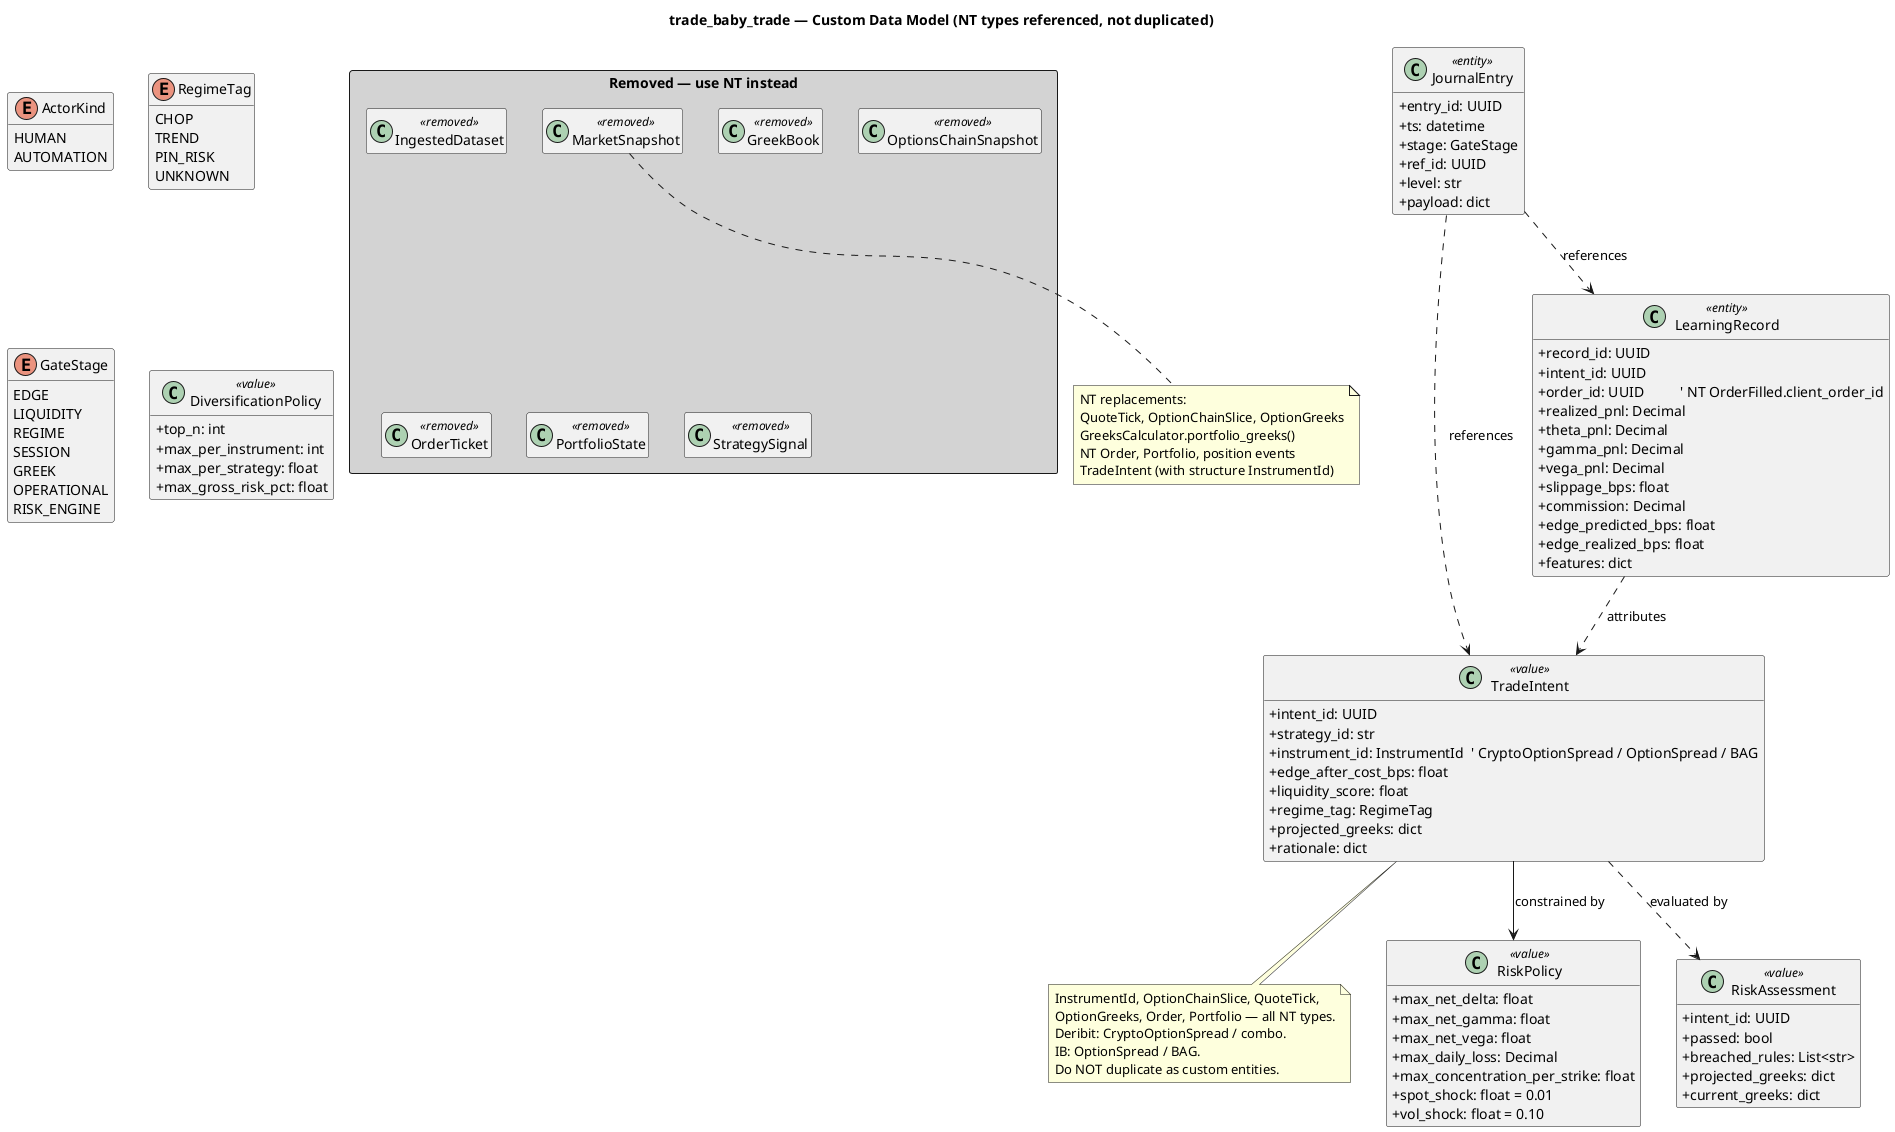
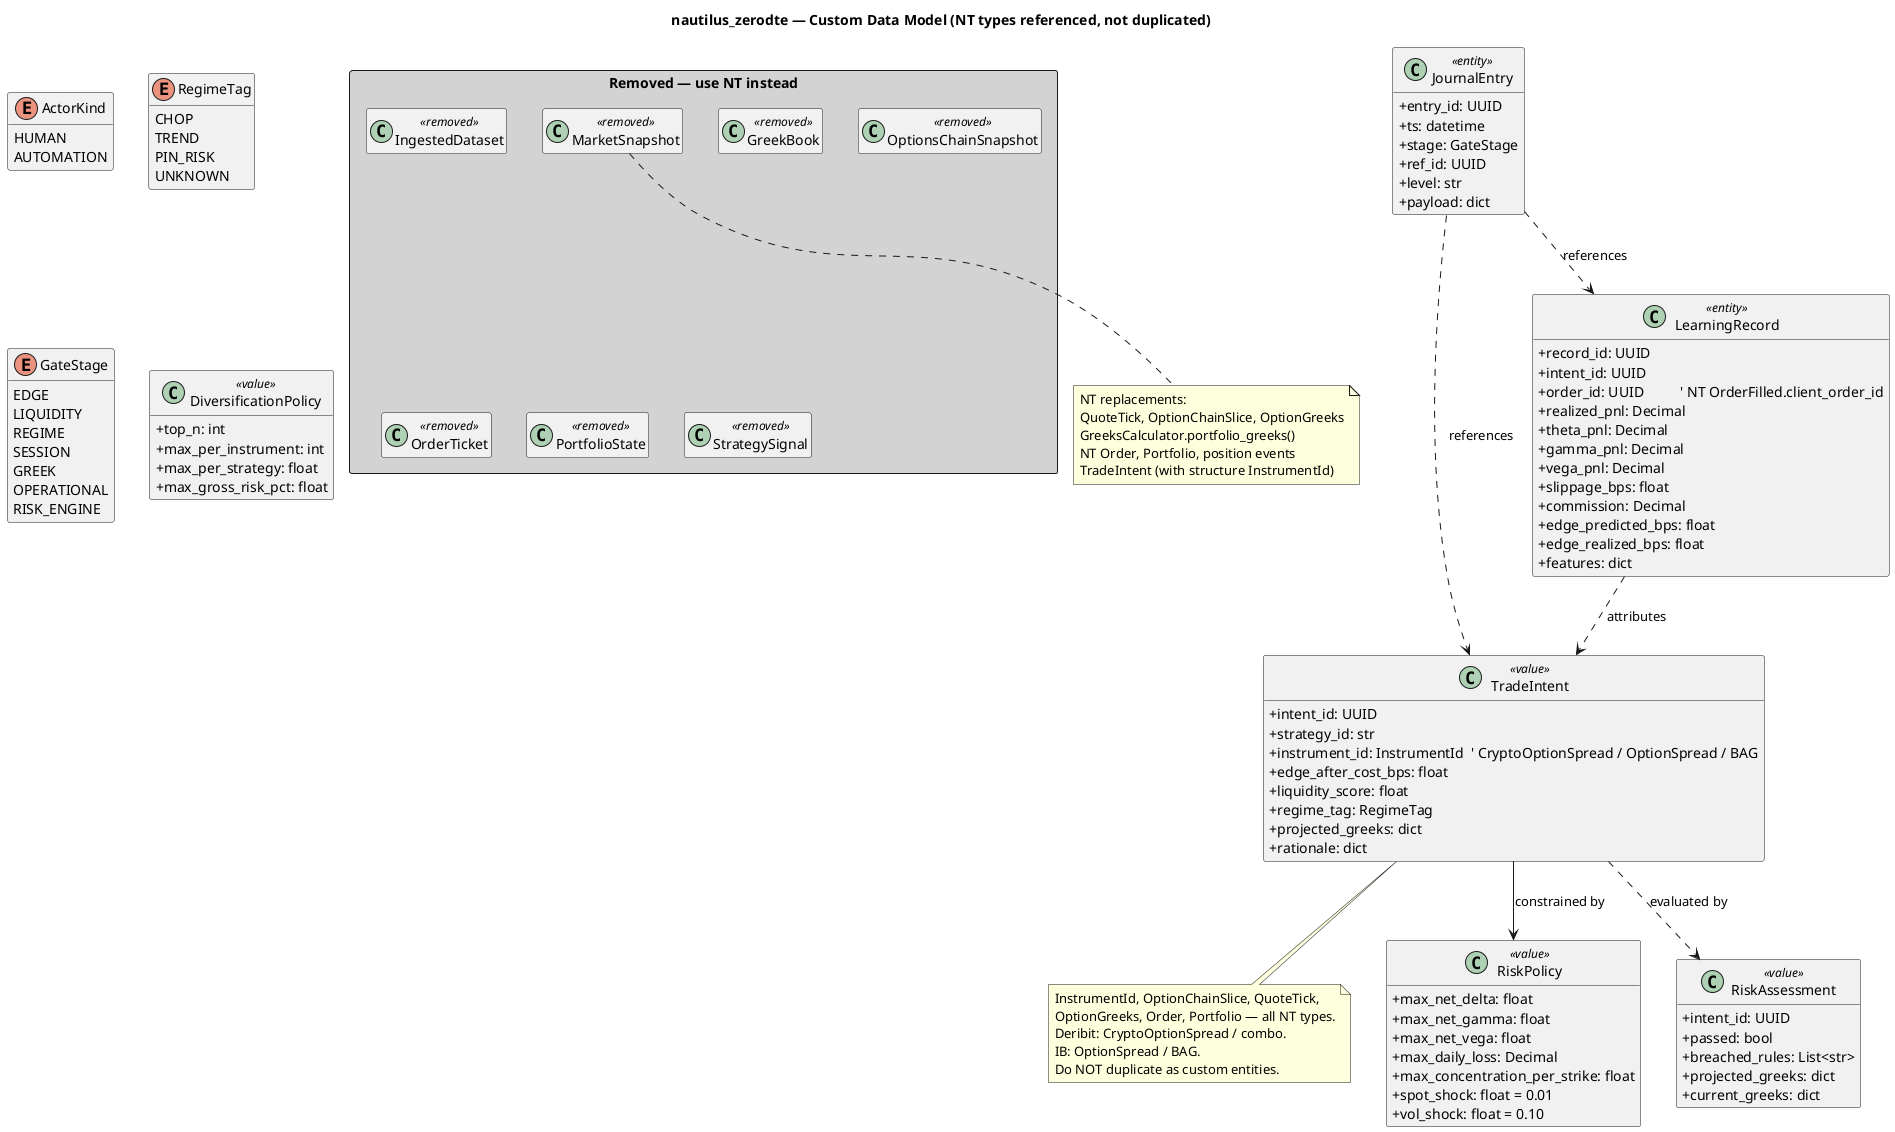
@startuml data-model
- title trade_baby_trade — Custom Data Model (NT types referenced, not duplicated)
+ title nautilus_zerodte — Custom Data Model (NT types referenced, not duplicated)

hide empty members
skinparam classAttributeIconSize 0

' ====================================================================
' Enums (custom routing / classification)
' ====================================================================
enum ActorKind {
  HUMAN
  AUTOMATION
}

enum RegimeTag {
  CHOP
  TREND
  PIN_RISK
  UNKNOWN
}

enum GateStage {
  EDGE
  LIQUIDITY
  REGIME
  SESSION
  GREEK
  OPERATIONAL
  RISK_ENGINE
}

' ====================================================================
' Trade intent — replaces StrategySignal.option: Side
' ====================================================================
class TradeIntent <<value>> {
  +intent_id: UUID
  +strategy_id: str
  +instrument_id: InstrumentId  ' CryptoOptionSpread / OptionSpread / BAG
  +edge_after_cost_bps: float
  +liquidity_score: float
  +regime_tag: RegimeTag
  +projected_greeks: dict
  +rationale: dict
}
note bottom of TradeIntent
  InstrumentId, OptionChainSlice, QuoteTick,
  OptionGreeks, Order, Portfolio — all NT types.
  Deribit: CryptoOptionSpread / combo.
  IB: OptionSpread / BAG.
  Do NOT duplicate as custom entities.
end note

' ====================================================================
' Risk policy — greek/desk rules (not a calculator)
' ====================================================================
class RiskPolicy <<value>> {
  +max_net_delta: float
  +max_net_gamma: float
  +max_net_vega: float
  +max_daily_loss: Decimal
  +max_concentration_per_strike: float
  +spot_shock: float = 0.01
  +vol_shock: float = 0.10
}

class RiskAssessment <<value>> {
  +intent_id: UUID
  +passed: bool
  +breached_rules: List<str>
  +projected_greeks: dict
  +current_greeks: dict
}

' ====================================================================
' Multi-strategy selection
' ====================================================================
class DiversificationPolicy <<value>> {
  +top_n: int
  +max_per_instrument: int
  +max_per_strategy: float
  +max_gross_risk_pct: float
}

' ====================================================================
' Learning + Journal (cross-cutting)
' ====================================================================
class LearningRecord <<entity>> {
  +record_id: UUID
  +intent_id: UUID
  +order_id: UUID          ' NT OrderFilled.client_order_id
  +realized_pnl: Decimal
  +theta_pnl: Decimal
  +gamma_pnl: Decimal
  +vega_pnl: Decimal
  +slippage_bps: float
  +commission: Decimal
  +edge_predicted_bps: float
  +edge_realized_bps: float
  +features: dict
}

class JournalEntry <<entity>> {
  +entry_id: UUID
  +ts: datetime
  +stage: GateStage
  +ref_id: UUID
  +level: str
  +payload: dict
}

' ====================================================================
' Removed types — NT owns (shown for reference only)
' ====================================================================
package "Removed — use NT instead" <<Rectangle>> #LightGray {
  class "MarketSnapshot" as REMOVED_MS <<removed>>
  class "IngestedDataset" as REMOVED_ID <<removed>>
  class "GreekBook" as REMOVED_GB <<removed>>
  class "OptionsChainSnapshot" as REMOVED_OCS <<removed>>
  class "OrderTicket" as REMOVED_OT <<removed>>
  class "PortfolioState" as REMOVED_PS <<removed>>
  class "StrategySignal" as REMOVED_SS <<removed>>
}
note bottom of REMOVED_MS
  NT replacements:
  QuoteTick, OptionChainSlice, OptionGreeks
  GreeksCalculator.portfolio_greeks()
  NT Order, Portfolio, position events
  TradeIntent (with structure InstrumentId)
end note

' ====================================================================
' Relationships
' ====================================================================
TradeIntent ..> RiskAssessment : evaluated by
TradeIntent --> RiskPolicy : constrained by
LearningRecord ..> TradeIntent : attributes
JournalEntry ..> TradeIntent : references
JournalEntry ..> LearningRecord : references
@enduml
